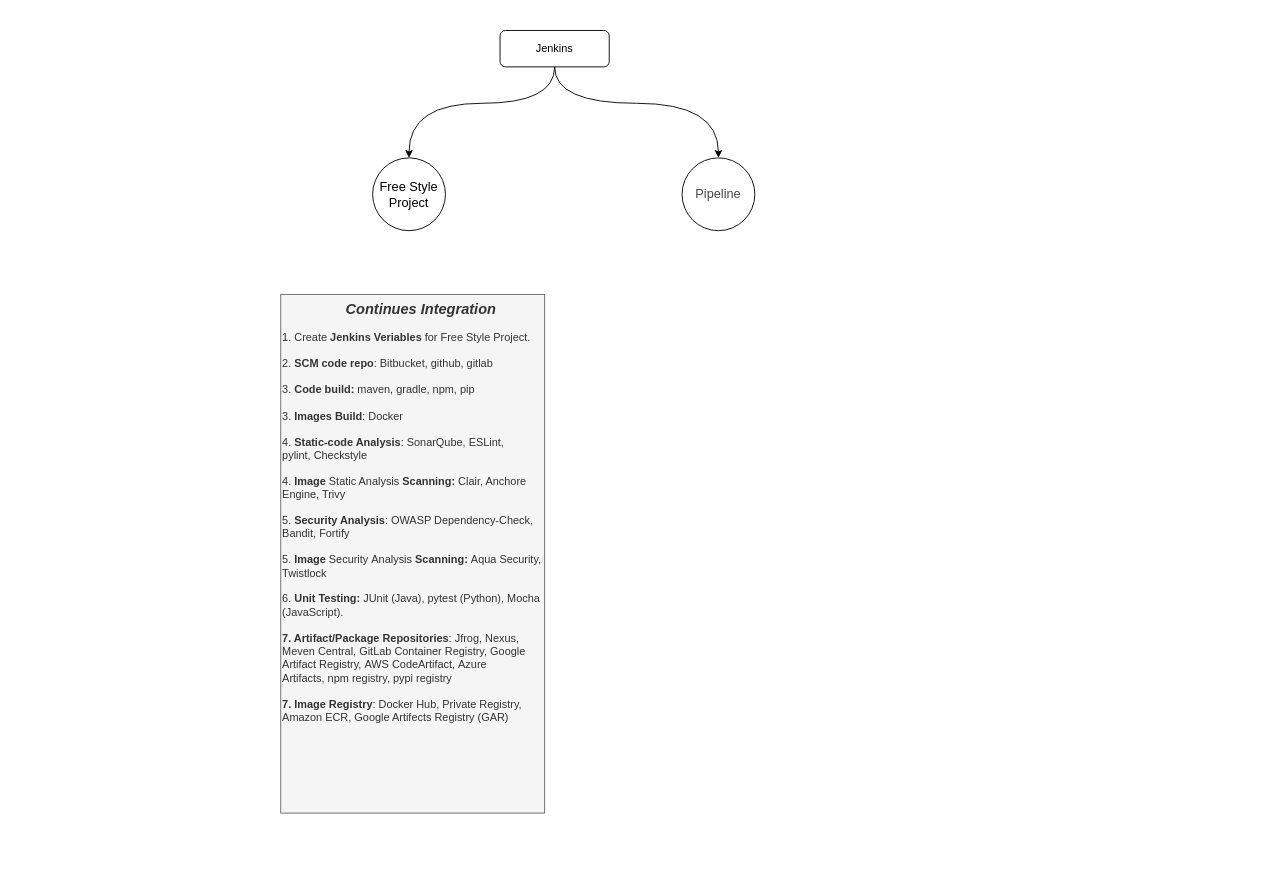
Before: Jenkins_CI_CD_Workflow.drawio in rishant/draw.io, a draw.io diagram. Source tidied: cells renumbered, new cells numbered last; positions are measured from the earlier drawing's top-left corner, leaving out a move shared by most shapes. Both pictures are drawn from the tidied source at 91%, with x=0, y=0 at pixel (280, 30).
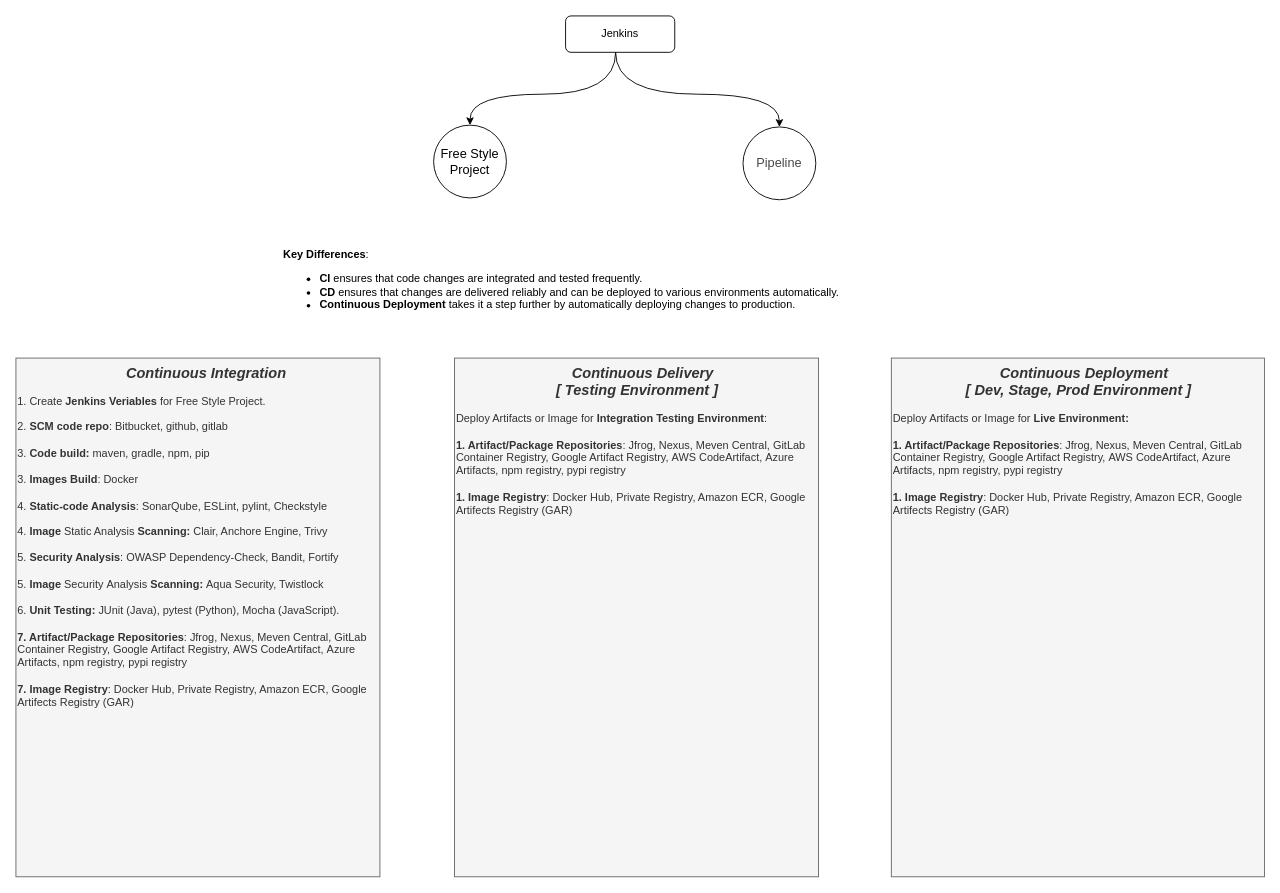
After the change.

Change to the diagram source:
```diff
@@
 <mxGraphModel>
   <root>
     <mxCell id="0" />
     <mxCell id="1" parent="0" />
     <mxCell id="2" style="edgeStyle=orthogonalEdgeStyle;rounded=0;jettySize=auto;html=1;curved=1;" parent="1" edge="1" source="4" target="5">
       <mxGeometry relative="1" as="geometry">
         <Array as="points">
-          <mxPoint x="301" y="80" />
-          <mxPoint x="141" y="80" />
+          <mxPoint x="368" y="70" />
+          <mxPoint x="208" y="70" />
         </Array>
       </mxGeometry>
     </mxCell>
     <mxCell id="3" style="edgeStyle=orthogonalEdgeStyle;rounded=0;jettySize=auto;html=1;curved=1;" parent="1" edge="1" source="4" target="6">
       <mxGeometry relative="1" as="geometry">
         <Array as="points">
-          <mxPoint x="301" y="80" />
-          <mxPoint x="481" y="80" />
+          <mxPoint x="368" y="70" />
+          <mxPoint x="548" y="70" />
         </Array>
       </mxGeometry>
     </mxCell>
     <mxCell id="4" value="Jenkins" style="rounded=1;whiteSpace=wrap;html=1;" parent="1" vertex="1">
-      <mxGeometry x="241" width="120" height="40" as="geometry" />
+      <mxGeometry x="313" y="-16" width="120" height="40" as="geometry" />
     </mxCell>
     <mxCell id="5" value="Free Style&lt;div style=&quot;font-size: 14px;&quot;&gt;Project&lt;/div&gt;" style="ellipse;whiteSpace=wrap;html=1;rounded=1;fontSize=14;" parent="1" vertex="1">
-      <mxGeometry x="101" y="140" width="80" height="80" as="geometry" />
+      <mxGeometry x="168" y="104" width="80" height="80" as="geometry" />
     </mxCell>
     <mxCell id="6" value="&lt;span style=&quot;color: rgb(71, 71, 71); font-family: Arial, sans-serif; font-size: 14px; text-align: left; background-color: rgb(255, 255, 255);&quot;&gt;Pipeline&lt;/span&gt;" style="ellipse;whiteSpace=wrap;html=1;rounded=1;" parent="1" vertex="1">
-      <mxGeometry x="441" y="140" width="80" height="80" as="geometry" />
+      <mxGeometry x="508" y="106" width="80" height="80" as="geometry" />
     </mxCell>
-    <mxCell id="7" value="&lt;div style=&quot;text-align: center;&quot;&gt;&amp;nbsp; &amp;nbsp; &amp;nbsp;&lt;font style=&quot;font-size: 16px;&quot;&gt;&lt;b&gt;&lt;i&gt;Continues Integration&lt;/i&gt;&lt;/b&gt;&lt;/font&gt;&lt;/div&gt;&lt;div&gt;&lt;div style=&quot;text-align: center;&quot;&gt;&lt;br&gt;&lt;/div&gt;&lt;div&gt;1. Create &lt;b&gt;Jenkins Veriables&lt;/b&gt; for Free Style Project.&lt;/div&gt;&lt;/div&gt;&lt;div&gt;&lt;br&gt;&lt;/div&gt;2. &lt;b&gt;SCM code repo&lt;/b&gt;:&amp;nbsp;Bitbucket, github, gitlab&lt;div&gt;&lt;span style=&quot;background-color: initial;&quot;&gt;&lt;br&gt;&lt;/span&gt;&lt;/div&gt;&lt;div&gt;&lt;span style=&quot;background-color: initial;&quot;&gt;3. &lt;b&gt;Code build:&lt;/b&gt;&amp;nbsp;maven, gradle, npm, pip&lt;/span&gt;&lt;br&gt;&lt;/div&gt;&lt;div&gt;&lt;span style=&quot;background-color: initial;&quot;&gt;&lt;br&gt;&lt;/span&gt;&lt;/div&gt;&lt;div&gt;&lt;span style=&quot;background-color: initial;&quot;&gt;3.&amp;nbsp;&lt;/span&gt;&lt;span style=&quot;background-color: initial;&quot;&gt;&lt;b&gt;Images&amp;nbsp;&lt;/b&gt;&lt;/span&gt;&lt;span style=&quot;background-color: initial;&quot;&gt;&lt;b&gt;Build&lt;/b&gt;: Docker&lt;/span&gt;&lt;/div&gt;&lt;div&gt;&lt;span style=&quot;background-color: initial;&quot;&gt;&amp;nbsp;&lt;/span&gt;&lt;/div&gt;&lt;div&gt;4. &lt;b&gt;Static-code Analysis&lt;/b&gt;:&amp;nbsp;SonarQube, ESLint, pylint,&amp;nbsp;&lt;span style=&quot;background-color: initial;&quot;&gt;Checkstyle&lt;/span&gt;&lt;/div&gt;&lt;div&gt;&lt;div&gt;&lt;span style=&quot;background-color: initial;&quot;&gt;&lt;br&gt;&lt;/span&gt;&lt;/div&gt;&lt;div&gt;&lt;span style=&quot;background-color: initial;&quot;&gt;4.&amp;nbsp;&lt;/span&gt;&lt;span style=&quot;background-color: initial;&quot;&gt;&lt;b&gt;Image&amp;nbsp;&lt;/b&gt;&lt;/span&gt;&lt;span style=&quot;background-color: initial;&quot;&gt;Static Analysis&amp;nbsp;&lt;/span&gt;&lt;b style=&quot;background-color: initial;&quot;&gt;Scanning&lt;/b&gt;&lt;b style=&quot;background-color: initial;&quot;&gt;:&lt;/b&gt;&lt;span style=&quot;background-color: initial;&quot;&gt;&amp;nbsp;&lt;/span&gt;&lt;span style=&quot;background-color: initial;&quot;&gt;Clair, Anchore Engine, Trivy&lt;/span&gt;&lt;/div&gt;&lt;/div&gt;&lt;div&gt;&lt;b style=&quot;background-color: initial;&quot;&gt;&lt;br&gt;&lt;/b&gt;&lt;/div&gt;&lt;div&gt;5.&amp;nbsp;&lt;strong style=&quot;background-color: initial;&quot;&gt;Security Analysis&lt;/strong&gt;&lt;span style=&quot;background-color: initial;&quot;&gt;: OWASP Dependency-Check, Bandit, Fortify&lt;/span&gt;&lt;/div&gt;&lt;div&gt;&lt;span style=&quot;background-color: initial;&quot;&gt;&lt;br&gt;&lt;/span&gt;&lt;/div&gt;&lt;div&gt;&lt;span style=&quot;background-color: initial;&quot;&gt;5.&amp;nbsp;&lt;/span&gt;&lt;span style=&quot;background-color: initial;&quot;&gt;&lt;b&gt;Image&amp;nbsp;&lt;/b&gt;&lt;/span&gt;&lt;span style=&quot;background-color: initial;&quot;&gt;Security&lt;/span&gt;&lt;span style=&quot;background-color: initial;&quot;&gt;&amp;nbsp;Analysis&amp;nbsp;&lt;/span&gt;&lt;b style=&quot;background-color: initial;&quot;&gt;Scanning&lt;/b&gt;&lt;b style=&quot;background-color: initial;&quot;&gt;:&amp;nbsp;&lt;/b&gt;&lt;span style=&quot;background-color: initial;&quot;&gt;Aqua Security, Twistlock&lt;/span&gt;&lt;b style=&quot;background-color: initial;&quot;&gt;&amp;nbsp;&lt;/b&gt;&lt;/div&gt;&lt;div&gt;&lt;span style=&quot;background-color: initial;&quot;&gt;&lt;br&gt;&lt;/span&gt;&lt;/div&gt;&lt;div&gt;6.&amp;nbsp;&lt;b&gt;&lt;span style=&quot;background-color: initial;&quot;&gt;Unit &lt;/span&gt;&lt;span style=&quot;background-color: initial;&quot;&gt;Testing:&lt;/span&gt;&lt;/b&gt;&lt;span style=&quot;background-color: initial;&quot;&gt;&amp;nbsp;&lt;/span&gt;&lt;span style=&quot;background-color: initial;&quot;&gt;JUnit (Java), pytest (Python), Mocha (JavaScript).&lt;/span&gt;&lt;/div&gt;&lt;div&gt;&lt;span style=&quot;background-color: initial;&quot;&gt;&lt;br&gt;&lt;/span&gt;&lt;/div&gt;&lt;div&gt;&lt;span style=&quot;background-color: initial;&quot;&gt;&lt;b&gt;7. Artifact/&lt;/b&gt;&lt;/span&gt;&lt;strong style=&quot;background-color: initial;&quot;&gt;Package Repositories&lt;/strong&gt;&lt;span style=&quot;background-color: initial;&quot;&gt;:&amp;nbsp;&lt;/span&gt;&lt;span style=&quot;background-color: initial;&quot;&gt;Jfrog, Nexus, Meven Central,&amp;nbsp;&lt;/span&gt;&lt;span style=&quot;background-color: initial;&quot;&gt;&lt;span style=&quot;background-color: initial;&quot;&gt;GitLab Container Registry,&amp;nbsp;&lt;/span&gt;&lt;span style=&quot;background-color: initial;&quot;&gt;Google Artifact Registry,&amp;nbsp;&lt;/span&gt;&lt;span style=&quot;background-color: initial;&quot;&gt;AWS CodeArtifact,&amp;nbsp;&lt;/span&gt;&lt;span style=&quot;background-color: initial;&quot;&gt;Azure Artifacts,&amp;nbsp;&lt;/span&gt;&lt;/span&gt;&lt;span style=&quot;background-color: initial;&quot;&gt;&lt;span style=&quot;background-color: initial;&quot;&gt;npm registry, pypi&amp;nbsp;&lt;/span&gt;&lt;span style=&quot;background-color: initial;&quot;&gt;registry&lt;/span&gt;&lt;/span&gt;&lt;br&gt;&lt;/div&gt;&lt;div&gt;&lt;span style=&quot;background-color: initial;&quot;&gt;&lt;span style=&quot;background-color: initial;&quot;&gt;&lt;br&gt;&lt;/span&gt;&lt;/span&gt;&lt;/div&gt;&lt;div&gt;&lt;strong&gt;7. Image Registry&lt;/strong&gt;: Docker Hub, Private Registry, Amazon ECR, Google Artifects Registry (GAR)&lt;span style=&quot;background-color: initial;&quot;&gt;&lt;span style=&quot;background-color: initial;&quot;&gt;&lt;br&gt;&lt;/span&gt;&lt;/span&gt;&lt;/div&gt;&lt;div&gt;&lt;br&gt;&lt;/div&gt;" style="text;html=1;align=left;verticalAlign=top;whiteSpace=wrap;rounded=0;horizontal=1;fillColor=#f5f5f5;fontColor=#333333;strokeColor=#666666;" parent="1" vertex="1">
-      <mxGeometry y="290" width="290" height="570" as="geometry" />
+    <mxCell id="7" value="&lt;div style=&quot;text-align: center;&quot;&gt;&amp;nbsp; &amp;nbsp; &amp;nbsp;&lt;font style=&quot;font-size: 16px;&quot;&gt;&lt;b&gt;&lt;i&gt;C&lt;/i&gt;&lt;/b&gt;&lt;span style=&quot;background-color: initial; text-align: left;&quot;&gt;&lt;b&gt;&lt;i&gt;ontinuous&lt;/i&gt;&lt;/b&gt;&lt;/span&gt;&lt;b&gt;&lt;i&gt;&amp;nbsp;Integration&lt;/i&gt;&lt;/b&gt;&lt;/font&gt;&lt;/div&gt;&lt;div&gt;&lt;div style=&quot;text-align: center;&quot;&gt;&lt;br&gt;&lt;/div&gt;&lt;div&gt;1. Create &lt;b&gt;Jenkins Veriables&lt;/b&gt; for Free Style Project.&lt;/div&gt;&lt;/div&gt;&lt;div&gt;&lt;br&gt;&lt;/div&gt;2. &lt;b&gt;SCM code repo&lt;/b&gt;:&amp;nbsp;Bitbucket, github, gitlab&lt;div&gt;&lt;span style=&quot;background-color: initial;&quot;&gt;&lt;br&gt;&lt;/span&gt;&lt;/div&gt;&lt;div&gt;&lt;span style=&quot;background-color: initial;&quot;&gt;3. &lt;b&gt;Code build:&lt;/b&gt;&amp;nbsp;maven, gradle, npm, pip&lt;/span&gt;&lt;br&gt;&lt;/div&gt;&lt;div&gt;&lt;span style=&quot;background-color: initial;&quot;&gt;&lt;br&gt;&lt;/span&gt;&lt;/div&gt;&lt;div&gt;&lt;span style=&quot;background-color: initial;&quot;&gt;3.&amp;nbsp;&lt;/span&gt;&lt;span style=&quot;background-color: initial;&quot;&gt;&lt;b&gt;Images&amp;nbsp;&lt;/b&gt;&lt;/span&gt;&lt;span style=&quot;background-color: initial;&quot;&gt;&lt;b&gt;Build&lt;/b&gt;: Docker&lt;/span&gt;&lt;/div&gt;&lt;div&gt;&lt;span style=&quot;background-color: initial;&quot;&gt;&amp;nbsp;&lt;/span&gt;&lt;/div&gt;&lt;div&gt;4. &lt;b&gt;Static-code Analysis&lt;/b&gt;:&amp;nbsp;SonarQube, ESLint, pylint,&amp;nbsp;&lt;span style=&quot;background-color: initial;&quot;&gt;Checkstyle&lt;/span&gt;&lt;/div&gt;&lt;div&gt;&lt;div&gt;&lt;span style=&quot;background-color: initial;&quot;&gt;&lt;br&gt;&lt;/span&gt;&lt;/div&gt;&lt;div&gt;&lt;span style=&quot;background-color: initial;&quot;&gt;4.&amp;nbsp;&lt;/span&gt;&lt;span style=&quot;background-color: initial;&quot;&gt;&lt;b&gt;Image&amp;nbsp;&lt;/b&gt;&lt;/span&gt;&lt;span style=&quot;background-color: initial;&quot;&gt;Static Analysis&amp;nbsp;&lt;/span&gt;&lt;b style=&quot;background-color: initial;&quot;&gt;Scanning&lt;/b&gt;&lt;b style=&quot;background-color: initial;&quot;&gt;:&lt;/b&gt;&lt;span style=&quot;background-color: initial;&quot;&gt;&amp;nbsp;&lt;/span&gt;&lt;span style=&quot;background-color: initial;&quot;&gt;Clair, Anchore Engine, Trivy&lt;/span&gt;&lt;/div&gt;&lt;/div&gt;&lt;div&gt;&lt;b style=&quot;background-color: initial;&quot;&gt;&lt;br&gt;&lt;/b&gt;&lt;/div&gt;&lt;div&gt;5.&amp;nbsp;&lt;strong style=&quot;background-color: initial;&quot;&gt;Security Analysis&lt;/strong&gt;&lt;span style=&quot;background-color: initial;&quot;&gt;: OWASP Dependency-Check, Bandit, Fortify&lt;/span&gt;&lt;/div&gt;&lt;div&gt;&lt;span style=&quot;background-color: initial;&quot;&gt;&lt;br&gt;&lt;/span&gt;&lt;/div&gt;&lt;div&gt;&lt;span style=&quot;background-color: initial;&quot;&gt;5.&amp;nbsp;&lt;/span&gt;&lt;span style=&quot;background-color: initial;&quot;&gt;&lt;b&gt;Image&amp;nbsp;&lt;/b&gt;&lt;/span&gt;&lt;span style=&quot;background-color: initial;&quot;&gt;Security&lt;/span&gt;&lt;span style=&quot;background-color: initial;&quot;&gt;&amp;nbsp;Analysis&amp;nbsp;&lt;/span&gt;&lt;b style=&quot;background-color: initial;&quot;&gt;Scanning&lt;/b&gt;&lt;b style=&quot;background-color: initial;&quot;&gt;:&amp;nbsp;&lt;/b&gt;&lt;span style=&quot;background-color: initial;&quot;&gt;Aqua Security, Twistlock&lt;/span&gt;&lt;b style=&quot;background-color: initial;&quot;&gt;&amp;nbsp;&lt;/b&gt;&lt;/div&gt;&lt;div&gt;&lt;span style=&quot;background-color: initial;&quot;&gt;&lt;br&gt;&lt;/span&gt;&lt;/div&gt;&lt;div&gt;6.&amp;nbsp;&lt;b&gt;&lt;span style=&quot;background-color: initial;&quot;&gt;Unit &lt;/span&gt;&lt;span style=&quot;background-color: initial;&quot;&gt;Testing:&lt;/span&gt;&lt;/b&gt;&lt;span style=&quot;background-color: initial;&quot;&gt;&amp;nbsp;&lt;/span&gt;&lt;span style=&quot;background-color: initial;&quot;&gt;JUnit (Java), pytest (Python), Mocha (JavaScript).&lt;/span&gt;&lt;/div&gt;&lt;div&gt;&lt;span style=&quot;background-color: initial;&quot;&gt;&lt;br&gt;&lt;/span&gt;&lt;/div&gt;&lt;div&gt;&lt;span style=&quot;background-color: initial;&quot;&gt;&lt;b&gt;7. Artifact/&lt;/b&gt;&lt;/span&gt;&lt;strong style=&quot;background-color: initial;&quot;&gt;Package Repositories&lt;/strong&gt;&lt;span style=&quot;background-color: initial;&quot;&gt;:&amp;nbsp;&lt;/span&gt;&lt;span style=&quot;background-color: initial;&quot;&gt;Jfrog, Nexus, Meven Central,&amp;nbsp;&lt;/span&gt;&lt;span style=&quot;background-color: initial;&quot;&gt;&lt;span style=&quot;background-color: initial;&quot;&gt;GitLab Container Registry,&amp;nbsp;&lt;/span&gt;&lt;span style=&quot;background-color: initial;&quot;&gt;Google Artifact Registry,&amp;nbsp;&lt;/span&gt;&lt;span style=&quot;background-color: initial;&quot;&gt;AWS CodeArtifact,&amp;nbsp;&lt;/span&gt;&lt;span style=&quot;background-color: initial;&quot;&gt;Azure Artifacts,&amp;nbsp;&lt;/span&gt;&lt;/span&gt;&lt;span style=&quot;background-color: initial;&quot;&gt;&lt;span style=&quot;background-color: initial;&quot;&gt;npm registry, pypi&amp;nbsp;&lt;/span&gt;&lt;span style=&quot;background-color: initial;&quot;&gt;registry&lt;/span&gt;&lt;/span&gt;&lt;br&gt;&lt;/div&gt;&lt;div&gt;&lt;span style=&quot;background-color: initial;&quot;&gt;&lt;span style=&quot;background-color: initial;&quot;&gt;&lt;br&gt;&lt;/span&gt;&lt;/span&gt;&lt;/div&gt;&lt;div&gt;&lt;strong&gt;7. Image Registry&lt;/strong&gt;: Docker Hub, Private Registry, Amazon ECR, Google Artifects Registry (GAR)&lt;span style=&quot;background-color: initial;&quot;&gt;&lt;span style=&quot;background-color: initial;&quot;&gt;&lt;br&gt;&lt;/span&gt;&lt;/span&gt;&lt;/div&gt;&lt;div&gt;&lt;br&gt;&lt;/div&gt;" style="text;html=1;align=left;verticalAlign=top;whiteSpace=wrap;rounded=0;horizontal=1;fillColor=#f5f5f5;fontColor=#333333;strokeColor=#666666;" parent="1" vertex="1">
+      <mxGeometry x="-291" y="360" width="400" height="570" as="geometry" />
     </mxCell>
+    <mxCell id="8" value="&lt;div style=&quot;text-align: center;&quot;&gt;&amp;nbsp; &amp;nbsp; &amp;nbsp;&lt;font style=&quot;font-size: 16px;&quot;&gt;&lt;b&gt;&lt;i&gt;C&lt;/i&gt;&lt;/b&gt;&lt;/font&gt;&lt;span style=&quot;background-color: initial; text-align: left; font-size: 16px;&quot;&gt;&lt;b&gt;&lt;i&gt;ontinuous&lt;/i&gt;&lt;/b&gt;&lt;/span&gt;&lt;b style=&quot;font-size: 16px; background-color: initial;&quot;&gt;&lt;i&gt;&amp;nbsp;Deployment&amp;nbsp;&lt;/i&gt;&lt;/b&gt;&lt;/div&gt;&lt;div style=&quot;text-align: center;&quot;&gt;&lt;b style=&quot;font-size: 16px; background-color: initial;&quot;&gt;&lt;i&gt;[&amp;nbsp;&lt;/i&gt;&lt;/b&gt;&lt;b style=&quot;background-color: initial; font-size: 16px;&quot;&gt;&lt;i&gt;Dev, Stage,&amp;nbsp;&lt;/i&gt;&lt;/b&gt;&lt;b style=&quot;background-color: initial; font-size: 16px;&quot;&gt;&lt;i&gt;Prod Environment ]&lt;/i&gt;&lt;/b&gt;&lt;/div&gt;&lt;div&gt;&lt;div&gt;&lt;br&gt;&lt;/div&gt;&lt;div&gt;Deploy Artifacts or Image for &lt;b&gt;Live Environment:&lt;/b&gt;&amp;nbsp;&lt;/div&gt;&lt;/div&gt;&lt;div&gt;&lt;br&gt;&lt;/div&gt;&lt;div&gt;&lt;span style=&quot;background-color: initial;&quot;&gt;&lt;b&gt;1. Artifact/&lt;/b&gt;&lt;/span&gt;&lt;strong style=&quot;background-color: initial;&quot;&gt;Package Repositories&lt;/strong&gt;&lt;span style=&quot;background-color: initial;&quot;&gt;:&amp;nbsp;&lt;/span&gt;&lt;span style=&quot;background-color: initial;&quot;&gt;Jfrog, Nexus, Meven Central,&amp;nbsp;&lt;/span&gt;&lt;span style=&quot;background-color: initial;&quot;&gt;&lt;span style=&quot;background-color: initial;&quot;&gt;GitLab Container Registry,&amp;nbsp;&lt;/span&gt;&lt;span style=&quot;background-color: initial;&quot;&gt;Google Artifact Registry,&amp;nbsp;&lt;/span&gt;&lt;span style=&quot;background-color: initial;&quot;&gt;AWS CodeArtifact,&amp;nbsp;&lt;/span&gt;&lt;span style=&quot;background-color: initial;&quot;&gt;Azure Artifacts,&amp;nbsp;&lt;/span&gt;&lt;/span&gt;&lt;span style=&quot;background-color: initial;&quot;&gt;&lt;span style=&quot;background-color: initial;&quot;&gt;npm registry, pypi&amp;nbsp;&lt;/span&gt;&lt;span style=&quot;background-color: initial;&quot;&gt;registry&lt;/span&gt;&lt;/span&gt;&lt;br&gt;&lt;/div&gt;&lt;div&gt;&lt;span style=&quot;background-color: initial;&quot;&gt;&lt;span style=&quot;background-color: initial;&quot;&gt;&lt;br&gt;&lt;/span&gt;&lt;/span&gt;&lt;/div&gt;&lt;div&gt;&lt;strong&gt;1. Image Registry&lt;/strong&gt;: Docker Hub, Private Registry, Amazon ECR, Google Artifects Registry (GAR)&lt;span style=&quot;background-color: initial;&quot;&gt;&lt;span style=&quot;background-color: initial;&quot;&gt;&lt;br&gt;&lt;/span&gt;&lt;/span&gt;&lt;/div&gt;&lt;div&gt;&lt;br&gt;&lt;/div&gt;" style="text;html=1;align=left;verticalAlign=top;whiteSpace=wrap;rounded=0;horizontal=1;fillColor=#f5f5f5;fontColor=#333333;strokeColor=#666666;" parent="1" vertex="1">
+      <mxGeometry x="671" y="360" width="410" height="570" as="geometry" />
+    </mxCell>
+    <mxCell id="9" value="&lt;p&gt;&lt;strong&gt;Key Differences&lt;/strong&gt;:&lt;/p&gt;&lt;ul&gt;&lt;li&gt;&lt;strong&gt;CI&lt;/strong&gt; ensures that code changes are integrated and tested frequently.&lt;/li&gt;&lt;li&gt;&lt;strong&gt;CD&lt;/strong&gt; ensures that changes are delivered reliably and can be deployed to various environments automatically.&lt;/li&gt;&lt;li&gt;&lt;strong&gt;Continuous Deployment&lt;/strong&gt; takes it a step further by automatically deploying changes to production.&lt;/li&gt;&lt;/ul&gt;" style="text;html=1;align=left;verticalAlign=middle;strokeColor=none;fillColor=none;" parent="1" vertex="1">
+      <mxGeometry x="1" y="219" width="630" height="110" as="geometry" />
+    </mxCell>
+    <mxCell id="10" value="&lt;div style=&quot;text-align: center;&quot;&gt;&amp;nbsp; &amp;nbsp; &amp;nbsp;&lt;span style=&quot;background-color: initial; text-align: left; font-size: 16px;&quot;&gt;&lt;b&gt;&lt;i&gt;Continuous Delivery&lt;/i&gt;&lt;/b&gt;&lt;/span&gt;&lt;b style=&quot;font-size: 16px; background-color: initial;&quot;&gt;&lt;i&gt;&amp;nbsp;&lt;/i&gt;&lt;/b&gt;&lt;/div&gt;&lt;div style=&quot;text-align: center;&quot;&gt;&lt;font style=&quot;font-size: 16px;&quot;&gt;&lt;b&gt;&lt;i&gt;[ Testing Environment ]&lt;/i&gt;&lt;/b&gt;&lt;/font&gt;&lt;/div&gt;&lt;div&gt;&lt;div&gt;&lt;br&gt;&lt;/div&gt;&lt;div&gt;Deploy Artifacts or Image for &lt;b&gt;Integration Testing&amp;nbsp;&lt;/b&gt;&lt;span style=&quot;background-color: initial;&quot;&gt;&lt;b&gt;Environment&lt;/b&gt;&lt;/span&gt;&lt;span style=&quot;background-color: initial;&quot;&gt;:&lt;/span&gt;&lt;/div&gt;&lt;/div&gt;&lt;div&gt;&lt;span style=&quot;background-color: initial;&quot;&gt;&lt;br&gt;&lt;/span&gt;&lt;/div&gt;&lt;div&gt;&lt;span style=&quot;background-color: initial;&quot;&gt;&lt;b&gt;1. Artifact/&lt;/b&gt;&lt;/span&gt;&lt;strong style=&quot;background-color: initial;&quot;&gt;Package Repositories&lt;/strong&gt;&lt;span style=&quot;background-color: initial;&quot;&gt;:&amp;nbsp;&lt;/span&gt;&lt;span style=&quot;background-color: initial;&quot;&gt;Jfrog, Nexus, Meven Central,&amp;nbsp;&lt;/span&gt;&lt;span style=&quot;background-color: initial;&quot;&gt;&lt;span style=&quot;background-color: initial;&quot;&gt;GitLab Container Registry,&amp;nbsp;&lt;/span&gt;&lt;span style=&quot;background-color: initial;&quot;&gt;Google Artifact Registry,&amp;nbsp;&lt;/span&gt;&lt;span style=&quot;background-color: initial;&quot;&gt;AWS CodeArtifact,&amp;nbsp;&lt;/span&gt;&lt;span style=&quot;background-color: initial;&quot;&gt;Azure Artifacts,&amp;nbsp;&lt;/span&gt;&lt;/span&gt;&lt;span style=&quot;background-color: initial;&quot;&gt;&lt;span style=&quot;background-color: initial;&quot;&gt;npm registry, pypi&amp;nbsp;&lt;/span&gt;&lt;span style=&quot;background-color: initial;&quot;&gt;registry&lt;/span&gt;&lt;/span&gt;&lt;br&gt;&lt;/div&gt;&lt;div&gt;&lt;span style=&quot;background-color: initial;&quot;&gt;&lt;span style=&quot;background-color: initial;&quot;&gt;&lt;br&gt;&lt;/span&gt;&lt;/span&gt;&lt;/div&gt;&lt;div&gt;&lt;strong&gt;1. Image Registry&lt;/strong&gt;: Docker Hub, Private Registry, Amazon ECR, Google Artifects Registry (GAR)&lt;span style=&quot;background-color: initial;&quot;&gt;&lt;span style=&quot;background-color: initial;&quot;&gt;&lt;br&gt;&lt;/span&gt;&lt;/span&gt;&lt;/div&gt;&lt;div&gt;&lt;br&gt;&lt;/div&gt;" style="text;html=1;align=left;verticalAlign=top;whiteSpace=wrap;rounded=0;horizontal=1;fillColor=#f5f5f5;fontColor=#333333;strokeColor=#666666;" parent="1" vertex="1">
+      <mxGeometry x="191" y="360" width="400" height="570" as="geometry" />
+    </mxCell>
   </root>
 </mxGraphModel>
```
